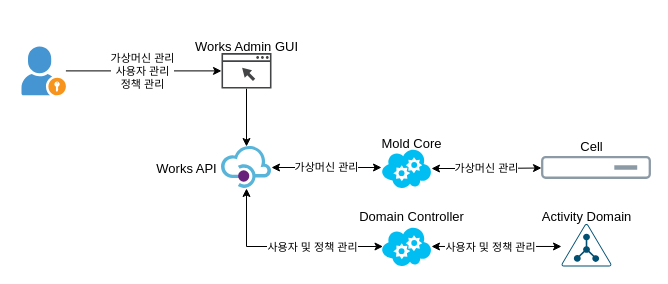
The draw.io diagram page "관리자" (2 of 3) of docs/assets/drowio/Works-architecture.drawio in ablecloud-team/ablestack-docs, before the edit. Source tidied: cells renumbered, new cells numbered last; positions are measured from the earlier drawing's top-left corner, leaving out a move shared by most shapes. Both pictures are drawn from the tidied source at 100%, with x=0, y=0 at pixel (21, 36).
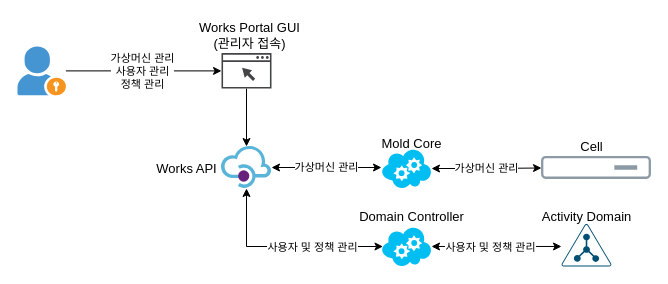
After the change.

Commit message (it also covers changes not shown here):
Works 아키텍처 수정 및 사용자 포털 UI 수정

Change to the diagram source:
```diff
@@
     <mxCell id="4" style="shadow=0;dashed=0;html=1;strokeColor=none;fillColor=#4495D1;labelPosition=center;verticalLabelPosition=bottom;verticalAlign=top;align=center;outlineConnect=0;shape=mxgraph.veeam.portal_admin;sketch=0;fontFamily=D2Coding ligature;fontSize=15;" parent="1" vertex="1">
-      <mxGeometry y="10" width="44.4" height="48.8" as="geometry" />
+      <mxGeometry x="-4" y="10" width="48.4" height="48.8" as="geometry" />
     </mxCell>
@@
-    <mxCell id="13" value="Works Admin GUI" style="text;html=1;align=center;verticalAlign=middle;strokeColor=none;fillColor=none;fontSize=13;fontFamily=D2Coding ligature;" parent="1" vertex="1">
-      <mxGeometry x="170" width="110" height="20" as="geometry" />
-    </mxCell>
@@
+    <mxCell id="25" value="Works Portal GUI&lt;br&gt;(관리자 접속)" style="text;html=1;align=center;verticalAlign=middle;strokeColor=none;fillColor=none;fontSize=13;fontFamily=D2Coding ligature;" parent="1" vertex="1">
+      <mxGeometry x="176" y="-19.3" width="103" height="36" as="geometry" />
+    </mxCell>
```
